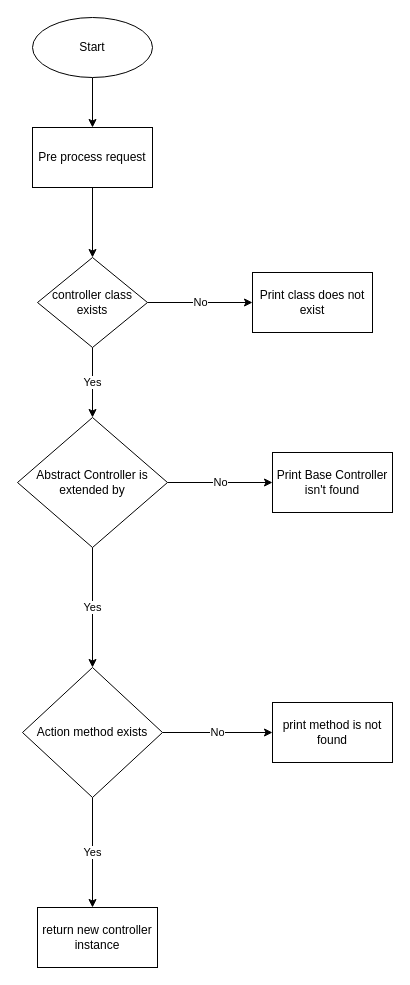
Above: page "GetController" (2 of 2) of architecture.drawio in hussein112/php-mvc (draw.io), before the change. Source tidied: cells renumbered, new cells numbered last; positions are measured from the earlier drawing's top-left corner, leaving out a move shared by most shapes. Both pictures are drawn from the tidied source at 100%, with x=0, y=0 at pixel (17, 17).
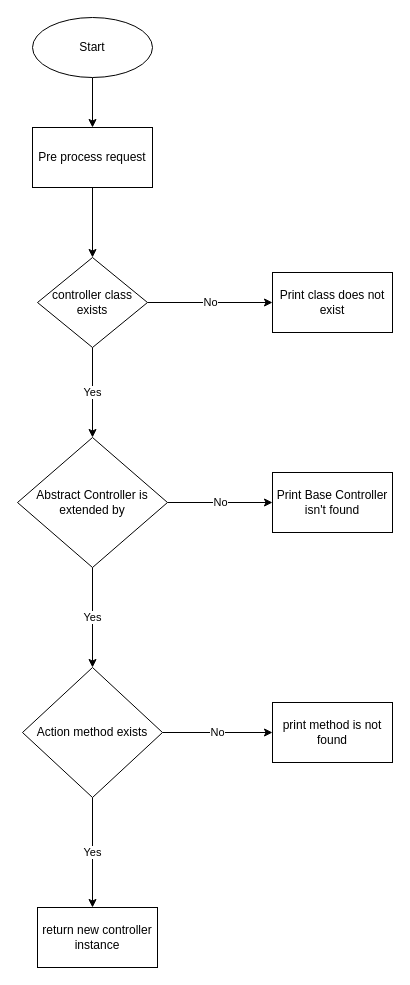
The same diagram, later.

Unchanged cells that the change refers to:
```xml
<mxCell id="6" value="controller class exists" style="rhombus;whiteSpace=wrap;html=1;" parent="1" vertex="1">
  <mxGeometry x="20" y="240" width="110" height="90" as="geometry" />
</mxCell>
```

The edit, as a diff of the source:
```diff
@@
-    <mxCell id="4" value="Yes" style="edgeStyle=none;html=1;exitX=0.5;exitY=1;exitDx=0;exitDy=0;" parent="1" edge="1" source="6">
-      <mxGeometry relative="1" as="geometry">
-        <mxPoint x="75" y="400" as="targetPoint" />
-      </mxGeometry>
+    <mxCell id="4" value="Yes" style="edgeStyle=none;html=1;exitX=0.5;exitY=1;exitDx=0;exitDy=0;entryX=0.5;entryY=0;entryDx=0;entryDy=0;" parent="1" edge="1" source="6" target="9">
+      <mxGeometry relative="1" as="geometry" />
     </mxCell>
-    <mxCell id="5" value="No" style="edgeStyle=none;html=1;exitX=1;exitY=0.5;exitDx=0;exitDy=0;" parent="1" edge="1" source="6">
-      <mxGeometry relative="1" as="geometry">
-        <mxPoint x="235" y="285" as="targetPoint" />
-      </mxGeometry>
+    <mxCell id="5" value="No" style="edgeStyle=none;html=1;exitX=1;exitY=0.5;exitDx=0;exitDy=0;entryX=0;entryY=0.5;entryDx=0;entryDy=0;" parent="1" edge="1" source="6" target="14">
+      <mxGeometry relative="1" as="geometry" />
     </mxCell>
@@
-    <mxCell id="8" value="No" style="edgeStyle=none;html=1;exitX=1;exitY=0.5;exitDx=0;exitDy=0;" parent="1" edge="1" source="9">
-      <mxGeometry relative="1" as="geometry">
-        <mxPoint x="255" y="465" as="targetPoint" />
-      </mxGeometry>
+    <mxCell id="8" value="No" style="edgeStyle=none;html=1;exitX=1;exitY=0.5;exitDx=0;exitDy=0;entryX=0;entryY=0.5;entryDx=0;entryDy=0;" parent="1" edge="1" source="9" target="15">
+      <mxGeometry relative="1" as="geometry" />
     </mxCell>
     <mxCell id="9" value="Abstract Controller is extended by" style="rhombus;whiteSpace=wrap;html=1;" parent="1" vertex="1">
-      <mxGeometry y="400" width="150" height="130" as="geometry" />
+      <mxGeometry y="420" width="150" height="130" as="geometry" />
     </mxCell>
@@
     <mxCell id="14" value="Print class does not exist" style="rounded=0;whiteSpace=wrap;html=1;" parent="1" vertex="1">
-      <mxGeometry x="235" y="255" width="120" height="60" as="geometry" />
+      <mxGeometry x="255" y="255" width="120" height="60" as="geometry" />
     </mxCell>
     <mxCell id="15" value="Print Base Controller isn't found" style="rounded=0;whiteSpace=wrap;html=1;" parent="1" vertex="1">
-      <mxGeometry x="255" y="435" width="120" height="60" as="geometry" />
+      <mxGeometry x="255" y="455" width="120" height="60" as="geometry" />
     </mxCell>
```
